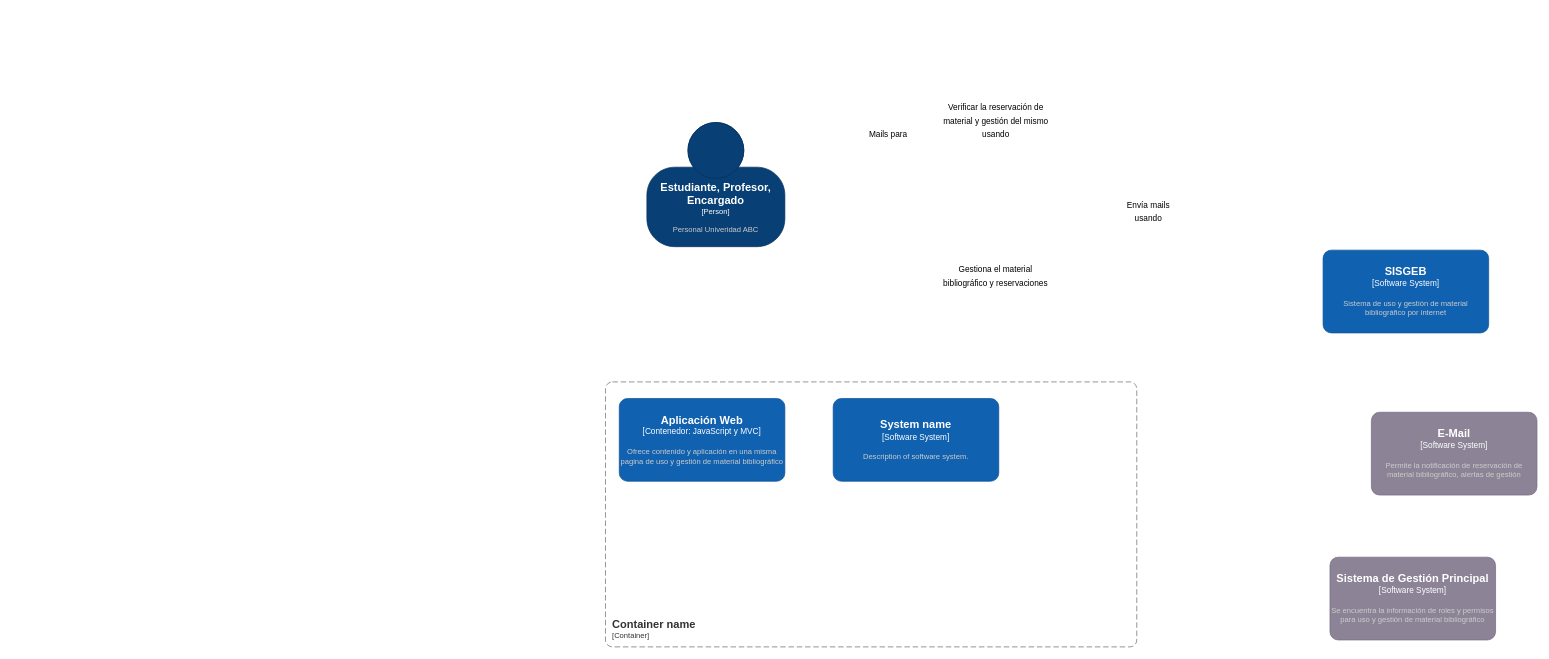
Before: Diagrama Contenedores.drawio in Gelo9033/Gelo9033, a draw.io diagram. Source tidied: cells renumbered, new cells numbered last; positions are measured from the earlier drawing's top-left corner, leaving out a move shared by most shapes. Both pictures are drawn from the tidied source at 69%, with x=0, y=0 at pixel (605, 101).
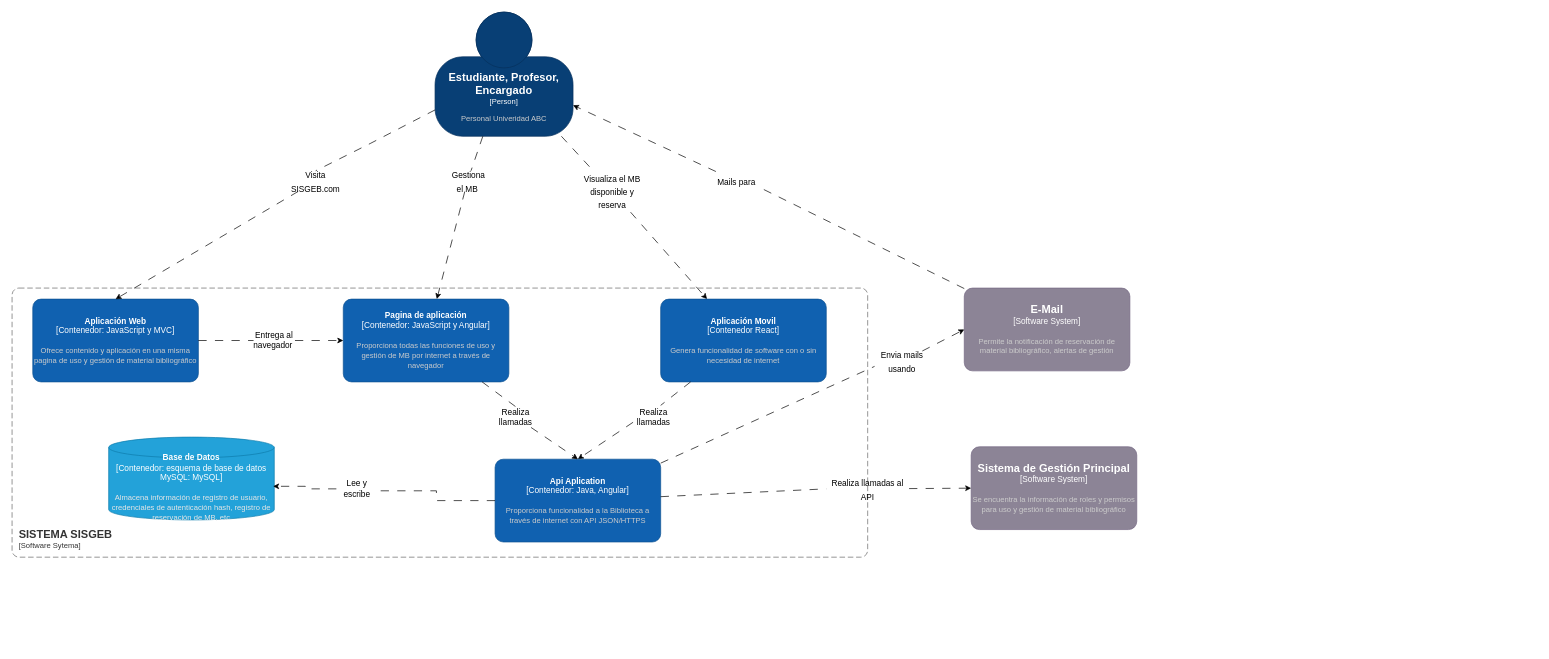
Above is the later version.

The edit, as a diff of the source:
```diff
@@
+    <mxCell id="13" style="rounded=0;jettySize=auto;html=1;dashed=1;dashPattern=12 12;" parent="1" edge="1" source="40" target="17">
+      <mxGeometry relative="1" as="geometry" />
+    </mxCell>
+    <mxCell id="14" style="rounded=0;jettySize=auto;html=1;dashed=1;dashPattern=12 12;" parent="1" edge="1" source="38" target="12">
+      <mxGeometry relative="1" as="geometry" />
+    </mxCell>
     <object id="2" label="&lt;font style=&quot;font-size: 16px&quot;&gt;&lt;b&gt;%c4Name%&lt;/b&gt;&lt;/font&gt;&lt;div&gt;[%c4Type%]&lt;/div&gt;&lt;br&gt;&lt;div&gt;&lt;font style=&quot;font-size: 11px&quot;&gt;&lt;font color=&quot;#cccccc&quot;&gt;%c4Description%&lt;/font&gt;&lt;/div&gt;" c4Description="Personal Univeridad ABC" c4Name="Estudiante, Profesor, Encargado" c4Type="Person" placeholders="1">
       <mxCell style="html=1;fontSize=11;dashed=0;whiteSpace=wrap;fillColor=#083F75;strokeColor=#06315C;fontColor=#ffffff;shape=mxgraph.c4.person2;align=center;points=[[0.5,0,0],[1,0.5,0],[1,0.75,0],[0.75,1,0],[0.5,1,0],[0.25,1,0],[0,0.75,0],[0,0.5,0]];" parent="1" vertex="1">
-        <mxGeometry x="60" y="30" width="200" height="180" as="geometry" />
+        <mxGeometry x="-247" y="-130" width="200" height="180" as="geometry" />
       </mxCell>
     </object>
-    <object id="3" label="&lt;font style=&quot;font-size: 16px&quot;&gt;&lt;b&gt;%c4Name%&lt;/b&gt;&lt;/font&gt;&lt;div&gt;[%c4Type%]&lt;/div&gt;&lt;br&gt;&lt;div&gt;&lt;font style=&quot;font-size: 11px&quot;&gt;&lt;font color=&quot;#cccccc&quot;&gt;%c4Description%&lt;/font&gt;&lt;/div&gt;" c4Description="Sistema de uso y gestión de material bibliográfico por internet" c4Name="SISGEB" c4Type="Software System" placeholders="1">
-      <mxCell style="rounded=1;whiteSpace=wrap;html=1;labelBackgroundColor=none;fillColor=#1061B0;fontColor=#ffffff;align=center;arcSize=10;strokeColor=#0D5091;" parent="1" vertex="1">
-        <mxGeometry x="1040" y="215" width="240" height="120" as="geometry" />
-      </mxCell>
-    </object>
     <object id="4" label="&lt;font style=&quot;font-size: 16px&quot;&gt;&lt;b&gt;%c4Name%&lt;/b&gt;&lt;/font&gt;&lt;div&gt;[%c4Type%]&lt;/div&gt;&lt;br&gt;&lt;div&gt;&lt;font style=&quot;font-size: 11px&quot;&gt;&lt;font color=&quot;#cccccc&quot;&gt;%c4Description%&lt;/font&gt;&lt;/div&gt;" c4Description="Permite la notificación de reservación de material bibliográfico, alertas de gestión " c4Name="E-Mail" c4Type="Software System" placeholders="1">
       <mxCell style="rounded=1;whiteSpace=wrap;html=1;labelBackgroundColor=none;fillColor=#8C8496;fontColor=#ffffff;align=center;arcSize=10;strokeColor=#736782;points=[[0.25,0,0],[0.5,0,0],[0.75,0,0],[1,0.25,0],[1,0.5,0],[1,0.75,0],[0.75,1,0],[0.5,1,0],[0.25,1,0],[0,0.75,0],[0,0.5,0],[0,0.25,0]];" parent="1" vertex="1">
-        <mxGeometry x="1110" y="450" width="240" height="120" as="geometry" />
+        <mxGeometry x="520" y="270" width="240" height="120" as="geometry" />
       </mxCell>
     </object>
-    <mxCell id="5" value="&lt;font style=&quot;font-size: 12px;&quot;&gt;Verificar la reservación de material y gestión del mismo usando&lt;/font&gt;" style="text;html=1;align=center;verticalAlign=middle;whiteSpace=wrap;rounded=0;fontSize=16;" parent="1" vertex="1">
-      <mxGeometry x="487.5" width="156" height="52" as="geometry" />
-    </mxCell>
-    <mxCell id="6" value="&lt;font style=&quot;font-size: 12px;&quot;&gt;Gestiona el material bibliográfico y reservaciones&lt;/font&gt;" style="text;html=1;align=center;verticalAlign=middle;whiteSpace=wrap;rounded=0;fontSize=16;" parent="1" vertex="1">
-      <mxGeometry x="480" y="236" width="171" height="30" as="geometry" />
-    </mxCell>
-    <mxCell id="7" value="&lt;font style=&quot;font-size: 12px;&quot;&gt;Envía mails usando&lt;/font&gt;" style="text;html=1;align=center;verticalAlign=middle;whiteSpace=wrap;rounded=0;fontSize=16;" parent="1" vertex="1">
-      <mxGeometry x="748.5" y="143" width="76" height="30" as="geometry" />
-    </mxCell>
-    <mxCell id="8" value="&lt;font style=&quot;font-size: 12px;&quot;&gt;Mails para&lt;/font&gt;" style="text;html=1;align=center;verticalAlign=middle;whiteSpace=wrap;rounded=0;fontSize=16;" parent="1" vertex="1">
-      <mxGeometry x="380" y="30" width="60" height="30" as="geometry" />
-    </mxCell>
     <object id="9" label="&lt;font style=&quot;font-size: 16px&quot;&gt;&lt;b&gt;%c4Name%&lt;/b&gt;&lt;/font&gt;&lt;div&gt;[%c4Type%]&lt;/div&gt;&lt;br&gt;&lt;div&gt;&lt;font style=&quot;font-size: 11px&quot;&gt;&lt;font color=&quot;#cccccc&quot;&gt;%c4Description%&lt;/font&gt;&lt;/div&gt;" c4Description="Se encuentra la información de roles y permisos para uso y gestión de material bibliográfico" c4Name="Sistema de Gestión Principal" c4Type="Software System" placeholders="1">
       <mxCell style="rounded=1;whiteSpace=wrap;html=1;labelBackgroundColor=none;fillColor=#8C8496;fontColor=#ffffff;align=center;arcSize=10;strokeColor=#736782;points=[[0.25,0,0],[0.5,0,0],[0.75,0,0],[1,0.25,0],[1,0.5,0],[1,0.75,0],[0.75,1,0],[0.5,1,0],[0.25,1,0],[0,0.75,0],[0,0.5,0],[0,0.25,0]];" parent="1" vertex="1">
-        <mxGeometry x="1050" y="660" width="240" height="120" as="geometry" />
+        <mxGeometry x="530" y="500" width="240" height="120" as="geometry" />
       </mxCell>
     </object>
+    <mxCell id="15" style="group;" parent="1" vertex="1">
+      <mxGeometry x="-860" y="270" width="1240" height="390" as="geometry" />
+    </mxCell>
-    <object id="10" label="&lt;font style=&quot;font-size: 16px&quot;&gt;&lt;b&gt;&lt;div style=&quot;text-align: left&quot;&gt;%c4Name%&lt;/div&gt;&lt;/b&gt;&lt;/font&gt;&lt;div style=&quot;text-align: left&quot;&gt;[%c4Application%]&lt;/div&gt;" c4Application="Container" c4Name="Container name" placeholders="1">
-      <mxCell style="rounded=1;fontSize=11;whiteSpace=wrap;html=1;dashed=1;arcSize=20;fillColor=none;strokeColor=#666666;fontColor=#333333;labelBackgroundColor=none;align=left;verticalAlign=bottom;labelBorderColor=none;spacingTop=0;spacing=10;dashPattern=8 4;perimeter=rectanglePerimeter;noLabel=0;labelPadding=0;absoluteArcSize=1;" parent="1" vertex="1">
-        <mxGeometry y="406" width="770" height="384" as="geometry" />
+    <object id="10" label="&lt;font style=&quot;font-size: 16px&quot;&gt;&lt;b&gt;&lt;div style=&quot;text-align: left&quot;&gt;%c4Name%&lt;/div&gt;&lt;/b&gt;&lt;/font&gt;&lt;div style=&quot;text-align: left&quot;&gt;[%c4Application%]&lt;/div&gt;" c4Application="Software Sytema" c4Name="SISTEMA SISGEB" placeholders="1">
+      <mxCell style="rounded=1;fontSize=11;whiteSpace=wrap;html=1;dashed=1;arcSize=20;fillColor=none;strokeColor=#666666;fontColor=#333333;labelBackgroundColor=none;align=left;verticalAlign=bottom;labelBorderColor=none;spacingTop=0;spacing=10;dashPattern=8 4;perimeter=rectanglePerimeter;noLabel=0;labelPadding=0;absoluteArcSize=1;" parent="15" vertex="1">
+        <mxGeometry width="1240" height="390" as="geometry" />
       </mxCell>
     </object>
-    <object id="11" label="&lt;font style=&quot;font-size: 16px&quot;&gt;&lt;b&gt;%c4Name%&lt;/b&gt;&lt;/font&gt;&lt;div&gt;[%c4Type%]&lt;/div&gt;&lt;br&gt;&lt;div&gt;&lt;font style=&quot;font-size: 11px&quot;&gt;&lt;font color=&quot;#cccccc&quot;&gt;%c4Description%&lt;/font&gt;&lt;/div&gt;" c4Description="Ofrece contenido y aplicación en una misma pagina de uso y gestión de material bibliográfico " c4Name="Aplicación Web" c4Type="Contenedor: JavaScript y MVC" placeholders="1">
-      <mxCell style="rounded=1;whiteSpace=wrap;html=1;labelBackgroundColor=none;fillColor=#1061B0;fontColor=#ffffff;align=center;arcSize=10;strokeColor=#0D5091;points=[[0.25,0,0],[0.5,0,0],[0.75,0,0],[1,0.25,0],[1,0.5,0],[1,0.75,0],[0.75,1,0],[0.5,1,0],[0.25,1,0],[0,0.75,0],[0,0.5,0],[0,0.25,0]];" parent="1" vertex="1">
-        <mxGeometry x="20" y="430" width="240" height="120" as="geometry" />
+    <object id="11" label="&lt;font style=&quot;font-size: 12px&quot;&gt;&lt;b&gt;%c4Name%&lt;/b&gt;&lt;/font&gt;&lt;div&gt;[%c4Type%]&lt;/div&gt;&lt;br&gt;&lt;div&gt;&lt;font style=&quot;font-size: 11px&quot;&gt;&lt;font color=&quot;#cccccc&quot;&gt;%c4Description%&lt;/font&gt;&lt;/div&gt;" c4Description="Ofrece contenido y aplicación en una misma pagina de uso y gestión de material bibliográfico " c4Name="Aplicación Web" c4Type="Contenedor: JavaScript y MVC" placeholders="1">
+      <mxCell style="rounded=1;whiteSpace=wrap;html=1;labelBackgroundColor=none;fillColor=#1061B0;fontColor=#ffffff;align=center;arcSize=10;strokeColor=#0D5091;points=[[0.25,0,0],[0.5,0,0],[0.75,0,0],[1,0.25,0],[1,0.5,0],[1,0.75,0],[0.75,1,0],[0.5,1,0],[0.25,1,0],[0,0.75,0],[0,0.5,0],[0,0.25,0]];" parent="15" vertex="1">
+        <mxGeometry x="30" y="16" width="240" height="120" as="geometry" />
       </mxCell>
     </object>
-    <object id="12" label="&lt;font style=&quot;font-size: 16px&quot;&gt;&lt;b&gt;%c4Name%&lt;/b&gt;&lt;/font&gt;&lt;div&gt;[%c4Type%]&lt;/div&gt;&lt;br&gt;&lt;div&gt;&lt;font style=&quot;font-size: 11px&quot;&gt;&lt;font color=&quot;#cccccc&quot;&gt;%c4Description%&lt;/font&gt;&lt;/div&gt;" c4Description="Description of software system." c4Name="System name" c4Type="Software System" placeholders="1">
-      <mxCell style="rounded=1;whiteSpace=wrap;html=1;labelBackgroundColor=none;fillColor=#1061B0;fontColor=#ffffff;align=center;arcSize=10;strokeColor=#0D5091;points=[[0.25,0,0],[0.5,0,0],[0.75,0,0],[1,0.25,0],[1,0.5,0],[1,0.75,0],[0.75,1,0],[0.5,1,0],[0.25,1,0],[0,0.75,0],[0,0.5,0],[0,0.25,0]];" parent="1" vertex="1">
-        <mxGeometry x="330" y="430" width="240" height="120" as="geometry" />
+    <object id="12" label="&lt;font style=&quot;font-size: 12px&quot;&gt;&lt;b&gt;%c4Name%&lt;/b&gt;&lt;/font&gt;&lt;div&gt;[%c4Type%]&lt;/div&gt;&lt;br&gt;&lt;div&gt;&lt;font style=&quot;font-size: 11px&quot;&gt;&lt;font color=&quot;#cccccc&quot;&gt;%c4Description%&lt;/font&gt;&lt;/div&gt;" c4Description="Proporciona todas las funciones de uso y gestión de MB por internet a través de navegador" c4Name="Pagina de aplicación" c4Type="Contenedor: JavaScript y Angular" placeholders="1">
+      <mxCell style="rounded=1;whiteSpace=wrap;html=1;labelBackgroundColor=none;fillColor=#1061B0;fontColor=#ffffff;align=center;arcSize=10;strokeColor=#0D5091;points=[[0.25,0,0],[0.5,0,0],[0.75,0,0],[1,0.25,0],[1,0.5,0],[1,0.75,0],[0.75,1,0],[0.5,1,0],[0.25,1,0],[0,0.75,0],[0,0.5,0],[0,0.25,0]];" parent="15" vertex="1">
+        <mxGeometry x="480" y="16" width="240" height="120" as="geometry" />
       </mxCell>
     </object>
+    <mxCell id="16" style="rounded=0;jettySize=auto;html=1;entryX=0.5;entryY=0;entryDx=0;entryDy=0;entryPerimeter=0;dashed=1;dashPattern=12 12;exitX=0;exitY=0.75;exitDx=0;exitDy=0;" parent="15" edge="1" source="24" target="18">
+      <mxGeometry relative="1" as="geometry" />
+    </mxCell>
+    <object id="17" label="&lt;font style=&quot;font-size: 12px&quot;&gt;&lt;b&gt;%c4Name%&lt;/b&gt;&lt;/font&gt;&lt;div&gt;[%c4Type%]&lt;/div&gt;&lt;br&gt;&lt;div&gt;&lt;font style=&quot;font-size: 11px&quot;&gt;&lt;font color=&quot;#cccccc&quot;&gt;%c4Description%&lt;/font&gt;&lt;/div&gt;" c4Description="Genera funcionalidad de software con o sin necesidad de internet" c4Name="Aplicación Movil" c4Type="Contenedor React" placeholders="1">
+      <mxCell style="rounded=1;whiteSpace=wrap;html=1;labelBackgroundColor=none;fillColor=#1061B0;fontColor=#ffffff;align=center;arcSize=10;strokeColor=#0D5091;points=[[0.25,0,0],[0.5,0,0],[0.75,0,0],[1,0.25,0],[1,0.5,0],[1,0.75,0],[0.75,1,0],[0.5,1,0],[0.25,1,0],[0,0.75,0],[0,0.5,0],[0,0.25,0]];" parent="15" vertex="1">
+        <mxGeometry x="940" y="16" width="240" height="120" as="geometry" />
+      </mxCell>
+    </object>
+    <object id="18" label="&lt;font style=&quot;font-size: 12px&quot;&gt;&lt;b&gt;%c4Name%&lt;/b&gt;&lt;/font&gt;&lt;div&gt;[%c4Type%]&lt;/div&gt;&lt;br&gt;&lt;div&gt;&lt;font style=&quot;font-size: 11px&quot;&gt;&lt;font color=&quot;#cccccc&quot;&gt;%c4Description%&lt;/font&gt;&lt;/div&gt;" c4Description="Proporciona funcionalidad a la Biblioteca a través de internet con API JSON/HTTPS" c4Name="Api Aplication" c4Type="Contenedor: Java, Angular" placeholders="1">
+      <mxCell style="rounded=1;whiteSpace=wrap;html=1;labelBackgroundColor=none;fillColor=#1061B0;fontColor=#ffffff;align=center;arcSize=10;strokeColor=#0D5091;points=[[0.25,0,0],[0.5,0,0],[0.75,0,0],[1,0.25,0],[1,0.5,0],[1,0.75,0],[0.75,1,0],[0.5,1,0],[0.25,1,0],[0,0.75,0],[0,0.5,0],[0,0.25,0]];" parent="15" vertex="1">
+        <mxGeometry x="700" y="248" width="240" height="120" as="geometry" />
+      </mxCell>
+    </object>
+    <object id="19" label="&lt;font style=&quot;font-size: 12px&quot;&gt;&lt;b&gt;%c4Name%&lt;/b&gt;&lt;/font&gt;&lt;div&gt;[%c4Type%:&amp;nbsp;%c4Technology%]&lt;/div&gt;&lt;br&gt;&lt;div&gt;&lt;font style=&quot;font-size: 11px&quot;&gt;&lt;font color=&quot;#E6E6E6&quot;&gt;%c4Description%&lt;/font&gt;&lt;/div&gt;" c4Description="Almacena información de registro de usuario, credenciales de autenticación hash, registro de reservación de MB, etc" c4Name="Base de Datos" c4Technology="MySQL" c4Type="Contenedor: esquema de base de datos MySQL" placeholders="1">
+      <mxCell style="shape=cylinder3;size=15;whiteSpace=wrap;html=1;boundedLbl=1;rounded=0;labelBackgroundColor=none;fillColor=#23A2D9;fontSize=12;fontColor=#ffffff;align=center;strokeColor=#0E7DAD;points=[[0.5,0,0],[1,0.25,0],[1,0.5,0],[1,0.75,0],[0.5,1,0],[0,0.75,0],[0,0.5,0],[0,0.25,0]];" parent="15" vertex="1">
+        <mxGeometry x="140" y="216" width="240" height="120" as="geometry" />
+      </mxCell>
+    </object>
+    <mxCell id="20" style="edgeStyle=orthogonalEdgeStyle;rounded=0;jettySize=auto;html=1;entryX=0;entryY=0.5;entryDx=0;entryDy=0;entryPerimeter=0;dashed=1;dashPattern=12 12;" parent="15" edge="1" source="30" target="12">
+      <mxGeometry relative="1" as="geometry" />
+    </mxCell>
+    <mxCell id="21" style="edgeStyle=orthogonalEdgeStyle;rounded=0;jettySize=auto;html=1;entryX=0.993;entryY=0.594;entryDx=0;entryDy=0;entryPerimeter=0;dashed=1;dashPattern=12 12;" parent="15" edge="1" source="28" target="19">
+      <mxGeometry relative="1" as="geometry" />
+    </mxCell>
+    <mxCell id="22" style="rounded=0;jettySize=auto;html=1;entryX=0.5;entryY=0;entryDx=0;entryDy=0;entryPerimeter=0;dashed=1;dashPattern=12 12;endArrow=classic;endFill=1;" parent="15" edge="1" source="26" target="18">
+      <mxGeometry relative="1" as="geometry" />
+    </mxCell>
+    <mxCell id="23" style="rounded=0;jettySize=auto;html=1;dashed=1;dashPattern=12 12;endArrow=none;endFill=0;" parent="15" edge="1" source="17">
+      <mxGeometry relative="1" as="geometry">
+        <mxPoint x="940" y="170" as="targetPoint" />
+      </mxGeometry>
+    </mxCell>
+    <mxCell id="24" value="Realiza llamadas" style="text;html=1;align=center;verticalAlign=middle;whiteSpace=wrap;rounded=0;" parent="15" vertex="1">
+      <mxGeometry x="900" y="172" width="60" height="30" as="geometry" />
+    </mxCell>
+    <mxCell id="25" style="rounded=0;jettySize=auto;html=1;entryX=0.5;entryY=0;entryDx=0;entryDy=0;dashed=1;dashPattern=12 12;endArrow=none;endFill=0;" parent="15" edge="1" source="12" target="26">
+      <mxGeometry relative="1" as="geometry" />
+    </mxCell>
+    <mxCell id="26" value="Realiza llamadas" style="text;html=1;align=center;verticalAlign=middle;whiteSpace=wrap;rounded=0;" parent="15" vertex="1">
+      <mxGeometry x="700" y="172" width="60" height="30" as="geometry" />
+    </mxCell>
+    <mxCell id="27" style="edgeStyle=orthogonalEdgeStyle;rounded=0;jettySize=auto;html=1;entryX=0.993;entryY=0.594;entryDx=0;entryDy=0;entryPerimeter=0;dashed=1;dashPattern=12 12;endArrow=none;endFill=0;" parent="15" edge="1" source="18" target="28">
+      <mxGeometry relative="1" as="geometry" />
+    </mxCell>
+    <mxCell id="28" value="Lee y escribe" style="text;html=1;align=center;verticalAlign=middle;whiteSpace=wrap;rounded=0;" parent="15" vertex="1">
+      <mxGeometry x="470" y="276" width="60" height="30" as="geometry" />
+    </mxCell>
+    <mxCell id="29" style="edgeStyle=orthogonalEdgeStyle;rounded=0;jettySize=auto;html=1;entryX=0;entryY=0.5;entryDx=0;entryDy=0;entryPerimeter=0;dashed=1;dashPattern=12 12;endArrow=none;endFill=0;" parent="15" edge="1" source="11" target="30">
+      <mxGeometry relative="1" as="geometry" />
+    </mxCell>
+    <mxCell id="30" value="Entrega al navegador&amp;nbsp;" style="text;html=1;align=center;verticalAlign=middle;whiteSpace=wrap;rounded=0;" parent="15" vertex="1">
+      <mxGeometry x="350" y="61" width="60" height="30" as="geometry" />
+    </mxCell>
+    <mxCell id="31" style="rounded=0;jettySize=auto;html=1;entryX=1;entryY=0.75;entryDx=0;entryDy=0;entryPerimeter=0;dashed=1;dashPattern=12 12;" parent="1" edge="1" source="8" target="2">
+      <mxGeometry relative="1" as="geometry" />
+    </mxCell>
+    <mxCell id="32" style="rounded=0;jettySize=auto;html=1;entryX=0.5;entryY=0;entryDx=0;entryDy=0;entryPerimeter=0;dashed=1;dashPattern=12 12;" parent="1" edge="1" source="36" target="11">
+      <mxGeometry relative="1" as="geometry" />
+    </mxCell>
+    <mxCell id="33" style="rounded=0;jettySize=auto;html=1;entryX=0;entryY=0.5;entryDx=0;entryDy=0;entryPerimeter=0;dashed=1;dashPattern=12 12;exitX=0.865;exitY=0.006;exitDx=0;exitDy=0;exitPerimeter=0;" parent="1" edge="1" source="43" target="4">
+      <mxGeometry relative="1" as="geometry" />
+    </mxCell>
+    <mxCell id="34" style="rounded=0;jettySize=auto;html=1;dashed=1;dashPattern=12 12;entryX=0;entryY=0.5;entryDx=0;entryDy=0;entryPerimeter=0;" parent="1" edge="1" source="45" target="9">
+      <mxGeometry relative="1" as="geometry" />
+    </mxCell>
+    <mxCell id="35" style="rounded=0;jettySize=auto;html=1;entryX=0.5;entryY=0;entryDx=0;entryDy=0;entryPerimeter=0;dashed=1;dashPattern=12 12;endArrow=none;endFill=0;" parent="1" edge="1" source="2" target="36">
+      <mxGeometry relative="1" as="geometry">
+        <Array as="points">
+          <mxPoint x="-340" y="60" />
+        </Array>
+      </mxGeometry>
+    </mxCell>
+    <mxCell id="36" value="&lt;font style=&quot;font-size: 12px;&quot;&gt;Visita SISGEB.com&lt;/font&gt;" style="text;html=1;align=center;verticalAlign=middle;whiteSpace=wrap;rounded=0;fontSize=16;" parent="1" vertex="1">
+      <mxGeometry x="-450" y="100" width="60" height="30" as="geometry" />
+    </mxCell>
+    <mxCell id="37" style="rounded=0;jettySize=auto;html=1;dashed=1;dashPattern=12 12;endArrow=none;endFill=0;" parent="1" edge="1" source="2" target="38">
+      <mxGeometry relative="1" as="geometry" />
+    </mxCell>
+    <mxCell id="38" value="&lt;font style=&quot;font-size: 12px;&quot;&gt;&amp;nbsp;Gestiona el MB&lt;/font&gt;" style="text;html=1;align=center;verticalAlign=middle;whiteSpace=wrap;rounded=0;fontSize=16;" parent="1" vertex="1">
+      <mxGeometry x="-230" y="100" width="60" height="30" as="geometry" />
+    </mxCell>
+    <mxCell id="39" style="rounded=0;jettySize=auto;html=1;dashed=1;dashPattern=12 12;endArrow=none;endFill=0;" parent="1" edge="1" source="2" target="40">
+      <mxGeometry relative="1" as="geometry" />
+    </mxCell>
+    <mxCell id="40" value="&lt;font style=&quot;font-size: 12px;&quot;&gt;Visualiza el MB disponible y reserva&lt;/font&gt;" style="text;html=1;align=center;verticalAlign=middle;whiteSpace=wrap;rounded=0;fontSize=16;" parent="1" vertex="1">
+      <mxGeometry x="-40" y="100" width="100" height="60" as="geometry" />
+    </mxCell>
+    <mxCell id="41" style="rounded=0;jettySize=auto;html=1;entryX=1;entryY=0.75;entryDx=0;entryDy=0;entryPerimeter=0;dashed=1;dashPattern=12 12;endArrow=none;endFill=0;" parent="1" edge="1" source="4" target="8">
+      <mxGeometry relative="1" as="geometry" />
+    </mxCell>
+    <mxCell id="8" value="&lt;font style=&quot;font-size: 12px;&quot;&gt;Mails para&lt;/font&gt;" style="text;html=1;align=center;verticalAlign=middle;whiteSpace=wrap;rounded=0;fontSize=16;" parent="1" vertex="1">
+      <mxGeometry x="160" y="100" width="60" height="30" as="geometry" />
+    </mxCell>
+    <mxCell id="42" style="rounded=0;jettySize=auto;html=1;entryX=0;entryY=0.75;entryDx=0;entryDy=0;dashed=1;dashPattern=12 12;endArrow=none;endFill=0;" parent="1" edge="1" source="18" target="43">
+      <mxGeometry relative="1" as="geometry" />
+    </mxCell>
+    <mxCell id="43" value="&lt;font style=&quot;font-size: 12px;&quot;&gt;Envia mails usando&lt;/font&gt;" style="text;html=1;align=center;verticalAlign=middle;whiteSpace=wrap;rounded=0;fontSize=16;" parent="1" vertex="1">
+      <mxGeometry x="390" y="361" width="80" height="30" as="geometry" />
+    </mxCell>
+    <mxCell id="44" style="rounded=0;jettySize=auto;html=1;dashed=1;dashPattern=12 12;entryX=0;entryY=0.5;entryDx=0;entryDy=0;entryPerimeter=0;endArrow=none;endFill=0;" parent="1" edge="1" source="18" target="45">
+      <mxGeometry relative="1" as="geometry" />
+    </mxCell>
+    <mxCell id="45" value="&lt;font style=&quot;font-size: 12px;&quot;&gt;Realiza llamadas al API&lt;/font&gt;" style="text;html=1;align=center;verticalAlign=middle;whiteSpace=wrap;rounded=0;fontSize=16;" parent="1" vertex="1">
+      <mxGeometry x="320" y="546" width="120" height="30" as="geometry" />
+    </mxCell>
```
